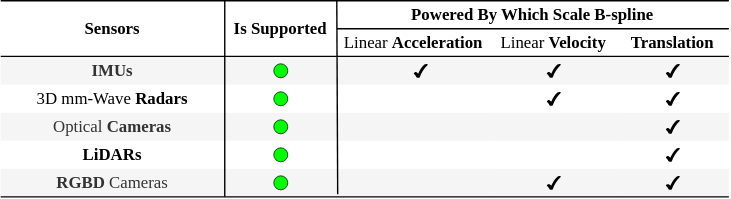
Above: docs/img/supported_sensors.drawio.svg in Unsigned-Long/iKalibr (draw.io), before the change. Source tidied: cells renumbered, new cells last; positions are measured from the earlier drawing's top-left corner, leaving out a move shared by most shapes.
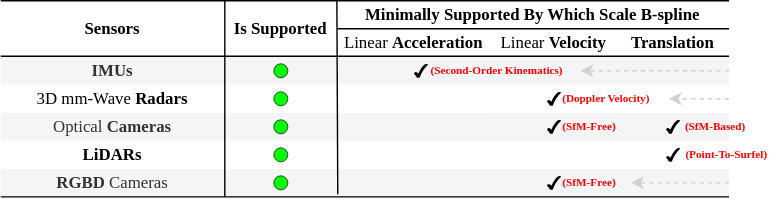
After the commit.

Diff of the diagram source:
```diff
@@ -8,7 +8,7 @@
     <mxCell id="3" value="&lt;font&gt;&lt;b&gt;Is Supported&lt;/b&gt;&lt;/font&gt;" style="rounded=0;whiteSpace=wrap;html=1;fontFamily=Times New Roman;strokeColor=none;" parent="1" vertex="1">
       <mxGeometry x="160" width="80" height="40" as="geometry" />
     </mxCell>
-    <mxCell id="4" value="&lt;font&gt;&lt;b&gt;Powered By Which Scale B-spline&lt;/b&gt;&lt;/font&gt;" style="rounded=0;whiteSpace=wrap;html=1;fontFamily=Times New Roman;strokeColor=none;" parent="1" vertex="1">
+    <mxCell id="4" value="&lt;font&gt;&lt;b&gt;Minimally Supported By Which Scale B-spline&lt;/b&gt;&lt;/font&gt;" style="rounded=0;whiteSpace=wrap;html=1;fontFamily=Times New Roman;strokeColor=none;" parent="1" vertex="1">
       <mxGeometry x="240" width="280" height="20" as="geometry" />
     </mxCell>
     <mxCell id="5" value="&lt;font&gt;Linear &lt;b&gt;Acceleration&lt;/b&gt;&lt;/font&gt;" style="rounded=0;whiteSpace=wrap;html=1;fontFamily=Times New Roman;fontStyle=0;strokeColor=none;" parent="1" vertex="1">
@@ -92,7 +92,7 @@
     <mxCell id="31" value="&lt;font&gt;&lt;span&gt;&lt;br&gt;&lt;/span&gt;&lt;/font&gt;" style="rounded=0;whiteSpace=wrap;html=1;fontStyle=0;fontFamily=Times New Roman;strokeColor=none;" parent="1" vertex="1">
       <mxGeometry x="350" y="100" width="90" height="20" as="geometry" />
     </mxCell>
-    <mxCell id="32" value="&lt;font&gt;&lt;span&gt;&lt;br&gt;&lt;/span&gt;&lt;/font&gt;" style="rounded=0;whiteSpace=wrap;html=1;fontStyle=0;fontFamily=Times New Roman;strokeColor=none;fillColor=#f5f5f5;fontColor=#333333;" parent="1" vertex="1">
+    <mxCell id="32" value="&lt;div style=&quot;text-align: start;&quot;&gt;&lt;span style=&quot;background-color: initial; font-size: 0px;&quot;&gt;&lt;font face=&quot;monospace&quot; color=&quot;rgba(0, 0, 0, 0)&quot;&gt;dfssdf&lt;/font&gt;&lt;/span&gt;&lt;/div&gt;" style="rounded=0;whiteSpace=wrap;html=1;fontStyle=0;fontFamily=Times New Roman;strokeColor=none;fillColor=#f5f5f5;fontColor=#333333;" parent="1" vertex="1">
       <mxGeometry x="350" y="80" width="90" height="20" as="geometry" />
     </mxCell>
     <mxCell id="33" value="&lt;font&gt;&lt;span&gt;&lt;br&gt;&lt;/span&gt;&lt;/font&gt;" style="rounded=0;whiteSpace=wrap;html=1;fontStyle=0;fontFamily=Times New Roman;strokeColor=none;fillColor=#f5f5f5;fontColor=#333333;" parent="1" vertex="1">
@@ -113,27 +113,15 @@
     <mxCell id="38" style="verticalLabelPosition=bottom;verticalAlign=top;html=1;shape=mxgraph.basic.tick;strokeColor=none;strokeWidth=0.5;fontFamily=Times New Roman;fontSize=10;fillColor=#000000;" parent="1" vertex="1">
       <mxGeometry x="295" y="45" width="10" height="10" as="geometry" />
     </mxCell>
-    <mxCell id="39" style="verticalLabelPosition=bottom;verticalAlign=top;html=1;shape=mxgraph.basic.tick;strokeColor=none;strokeWidth=0.5;fontFamily=Times New Roman;fontSize=10;fillColor=#000000;" parent="1" vertex="1">
-      <mxGeometry x="390" y="45" width="10" height="10" as="geometry" />
-    </mxCell>
-    <mxCell id="40" style="verticalLabelPosition=bottom;verticalAlign=top;html=1;shape=mxgraph.basic.tick;strokeColor=none;strokeWidth=0.5;fontFamily=Times New Roman;fontSize=10;fillColor=#000000;" parent="1" vertex="1">
-      <mxGeometry x="475" y="45" width="10" height="10" as="geometry" />
-    </mxCell>
     <mxCell id="41" style="verticalLabelPosition=bottom;verticalAlign=top;html=1;shape=mxgraph.basic.tick;strokeColor=none;strokeWidth=0.5;fontFamily=Times New Roman;fontSize=10;fillColor=#000000;" parent="1" vertex="1">
       <mxGeometry x="390" y="65" width="10" height="10" as="geometry" />
     </mxCell>
-    <mxCell id="42" style="verticalLabelPosition=bottom;verticalAlign=top;html=1;shape=mxgraph.basic.tick;strokeColor=none;strokeWidth=0.5;fontFamily=Times New Roman;fontSize=10;fillColor=#000000;" parent="1" vertex="1">
-      <mxGeometry x="475" y="65" width="10" height="10" as="geometry" />
-    </mxCell>
     <mxCell id="43" style="verticalLabelPosition=bottom;verticalAlign=top;html=1;shape=mxgraph.basic.tick;strokeColor=none;strokeWidth=0.5;fontFamily=Times New Roman;fontSize=10;fillColor=#000000;" parent="1" vertex="1">
       <mxGeometry x="475" y="85" width="10" height="10" as="geometry" />
     </mxCell>
     <mxCell id="44" style="verticalLabelPosition=bottom;verticalAlign=top;html=1;shape=mxgraph.basic.tick;strokeColor=none;strokeWidth=0.5;fontFamily=Times New Roman;fontSize=10;fillColor=#000000;" parent="1" vertex="1">
       <mxGeometry x="475" y="105" width="10" height="10" as="geometry" />
     </mxCell>
-    <mxCell id="45" style="verticalLabelPosition=bottom;verticalAlign=top;html=1;shape=mxgraph.basic.tick;strokeColor=none;strokeWidth=0.5;fontFamily=Times New Roman;fontSize=10;fillColor=#000000;" parent="1" vertex="1">
-      <mxGeometry x="475" y="125" width="10" height="10" as="geometry" />
-    </mxCell>
     <mxCell id="46" style="verticalLabelPosition=bottom;verticalAlign=top;html=1;shape=mxgraph.basic.tick;strokeColor=none;strokeWidth=0.5;fontFamily=Times New Roman;fontSize=10;fillColor=#000000;" parent="1" vertex="1">
       <mxGeometry x="390" y="125" width="10" height="10" as="geometry" />
     </mxCell>
@@ -161,5 +149,41 @@
     <mxCell id="52" style="endArrow=none;html=1;rounded=0;fontFamily=Times New Roman;fontSize=10;entryX=1.008;entryY=0.911;entryDx=0;entryDy=0;exitX=0;exitY=0;exitDx=0;exitDy=0;entryPerimeter=0;" parent="1" edge="1" source="4" target="15">
       <mxGeometry relative="1" as="geometry" />
     </mxCell>
+    <mxCell id="53" style="verticalLabelPosition=bottom;verticalAlign=top;html=1;shape=mxgraph.basic.tick;strokeColor=none;strokeWidth=0.5;fontFamily=Times New Roman;fontSize=10;fillColor=#000000;" parent="1" vertex="1">
+      <mxGeometry x="390" y="85" width="10" height="10" as="geometry" />
+    </mxCell>
+    <mxCell id="54" value="(SfM-Free)" style="text;html=1;align=center;verticalAlign=middle;strokeColor=none;fillColor=none;fontFamily=Times New Roman;fontStyle=1;fontSize=8;fontColor=#FF0000;" parent="1" vertex="1">
+      <mxGeometry x="390" y="80" width="60" height="20" as="geometry" />
+    </mxCell>
+    <mxCell id="55" value="(SfM-Based)" style="text;html=1;align=center;verticalAlign=middle;strokeColor=none;fillColor=none;fontFamily=Times New Roman;fontStyle=1;fontSize=8;fontColor=#FF0000;" parent="1" vertex="1">
+      <mxGeometry x="475" y="80" width="70" height="20" as="geometry" />
+    </mxCell>
+    <mxCell id="56" value="(Doppler Velocity)" style="text;html=1;align=center;verticalAlign=middle;points=[];strokeColor=none;fillColor=none;fontFamily=Times New Roman;fontStyle=1;fontSize=8;fontColor=#FF0000;" parent="1" vertex="1">
+      <mxGeometry x="387" y="60" width="90" height="20" as="geometry" />
+    </mxCell>
+    <mxCell id="57" value="(Point-To-Surfel)" style="text;html=1;align=center;verticalAlign=middle;strokeColor=none;fillColor=none;fontFamily=Times New Roman;fontStyle=1;fontSize=8;fontColor=#FF0000;" parent="1" vertex="1">
+      <mxGeometry x="478" y="100" width="80" height="20" as="geometry" />
+    </mxCell>
+    <mxCell id="58" value="(SfM-Free)" style="text;html=1;align=center;verticalAlign=middle;points=[];strokeColor=none;fillColor=none;fontFamily=Times New Roman;fontStyle=1;fontSize=8;fontColor=#FF0000;" parent="1" vertex="1">
+      <mxGeometry x="390" y="120" width="60" height="20" as="geometry" />
+    </mxCell>
+    <mxCell id="59" value="(Second-Order Kinematics)" style="text;html=1;align=center;verticalAlign=middle;points=[];strokeColor=none;fillColor=none;fontFamily=Times New Roman;fontStyle=1;fontSize=8;fontColor=#FF0000;" parent="1" vertex="1">
+      <mxGeometry x="294" y="40" width="120" height="20" as="geometry" />
+    </mxCell>
+    <mxCell id="60" style="endArrow=classic;html=1;rounded=0;fontFamily=Times New Roman;fontSize=8;fontColor=#FF0000;dashed=1;strokeColor=#D1D1D1;" parent="1" edge="1" target="59">
+      <mxGeometry relative="1" as="geometry">
+        <mxPoint x="520" y="50" as="sourcePoint" />
+      </mxGeometry>
+    </mxCell>
+    <mxCell id="61" style="endArrow=classic;html=1;rounded=0;fontFamily=Times New Roman;fontSize=8;fontColor=#FF0000;dashed=1;strokeColor=#D1D1D1;" parent="1" edge="1" target="56">
+      <mxGeometry relative="1" as="geometry">
+        <mxPoint x="520" y="70" as="sourcePoint" />
+      </mxGeometry>
+    </mxCell>
+    <mxCell id="62" style="endArrow=classic;html=1;rounded=0;fontFamily=Times New Roman;fontSize=8;fontColor=#FF0000;dashed=1;strokeColor=#D1D1D1;" parent="1" edge="1" target="58">
+      <mxGeometry relative="1" as="geometry">
+        <mxPoint x="520" y="130" as="sourcePoint" />
+      </mxGeometry>
+    </mxCell>
   </root>
 </mxGraphModel>
```
